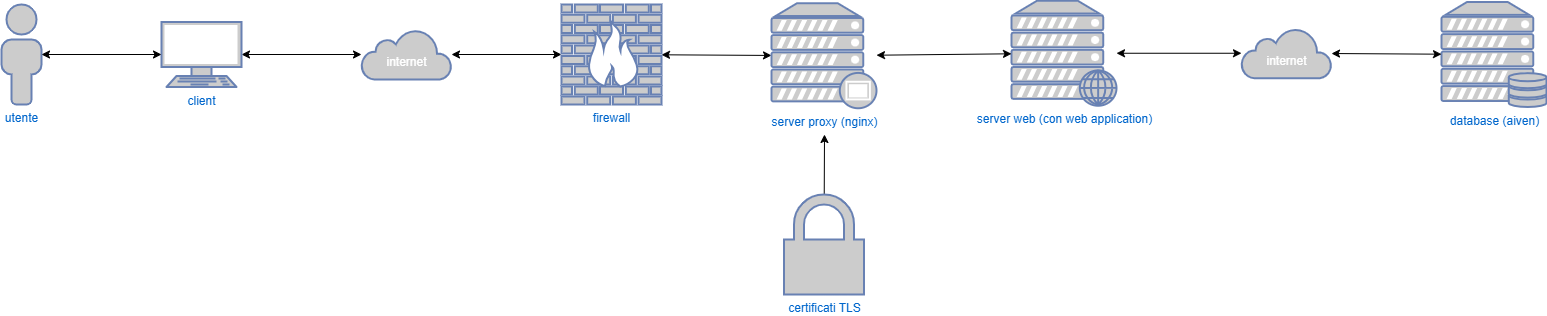
Earlier version of the draw.io export docs/infrastruttura/rehabrain_infrastruttura.png (Fix-22/rehabrain-web). Source tidied: cells renumbered, new cells last; positions are measured from the earlier drawing's top-left corner, leaving out a move shared by most shapes.
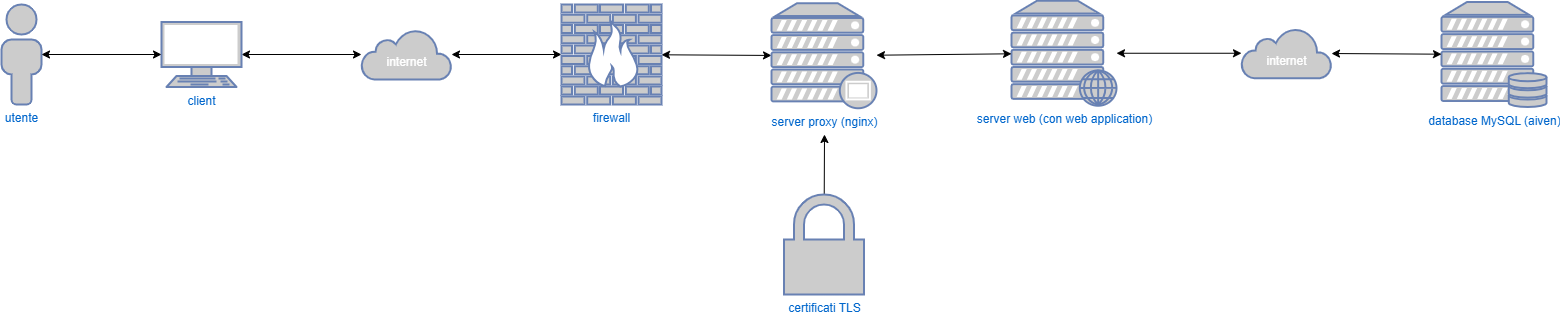
After the commit.

Diff of the diagram source:
```diff
@@ -37,7 +37,7 @@
     <mxCell id="12" value="firewall" style="fontColor=#0066CC;verticalAlign=top;verticalLabelPosition=bottom;labelPosition=center;align=center;html=1;outlineConnect=0;fillColor=#CCCCCC;strokeColor=#6881B3;gradientColor=none;gradientDirection=north;strokeWidth=2;shape=mxgraph.networks.firewall;" parent="1" vertex="1">
       <mxGeometry x="560" y="4" width="100" height="100" as="geometry" />
     </mxCell>
-    <mxCell id="13" value="database (aiven)" style="fontColor=#0066CC;verticalAlign=top;verticalLabelPosition=bottom;labelPosition=center;align=center;html=1;outlineConnect=0;fillColor=#CCCCCC;strokeColor=#6881B3;gradientColor=none;gradientDirection=north;strokeWidth=2;shape=mxgraph.networks.server_storage;" parent="1" vertex="1">
+    <mxCell id="13" value="database MySQL (aiven)" style="fontColor=#0066CC;verticalAlign=top;verticalLabelPosition=bottom;labelPosition=center;align=center;html=1;outlineConnect=0;fillColor=#CCCCCC;strokeColor=#6881B3;gradientColor=none;gradientDirection=north;strokeWidth=2;shape=mxgraph.networks.server_storage;" parent="1" vertex="1">
       <mxGeometry x="1440" y="1.5" width="105" height="105" as="geometry" />
     </mxCell>
     <mxCell id="14" style="edgeStyle=none;shape=connector;rounded=1;html=1;strokeColor=default;align=center;verticalAlign=middle;fontFamily=Helvetica;fontSize=11;fontColor=default;labelBackgroundColor=default;startArrow=classic;endArrow=classic;" parent="1" edge="1" source="15" target="13">
```
